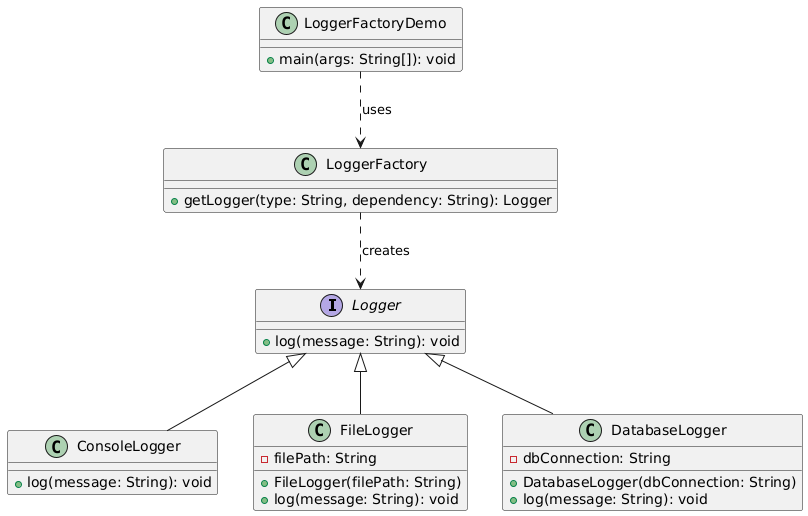
Before: creationalPattern/simpleFactory/factoryWithDependencyInjection/uml/uml.png, a diagram exported from PlantUML (tanishasri22/LLD). Its source is kept beside it as creationalPattern/simpleFactory/factoryWithDependencyInjection/uml/uml.puml.
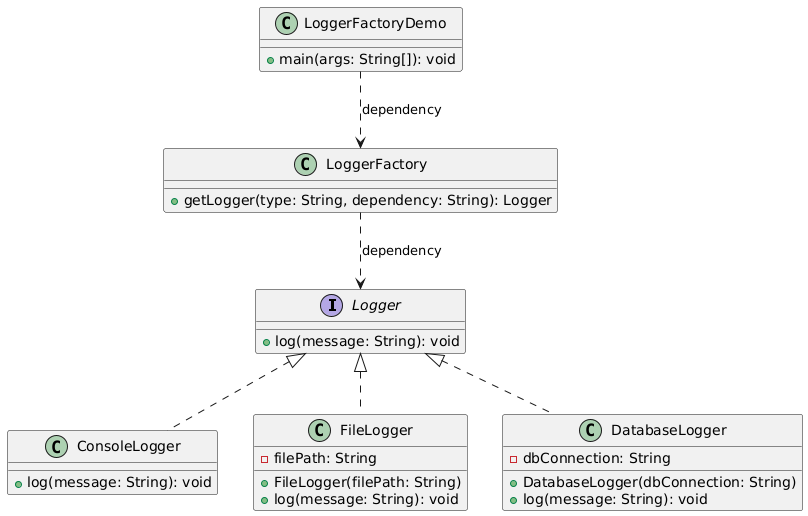
The same file after the commit.

Commit message:
corrections in simpleFactor-factoryWithDependencyInjection

Change to the diagram source:
```diff
@@ -1,5 +1,4 @@
 @startuml
-
 interface Logger {
     + log(message: String): void
 }
@@ -24,15 +23,15 @@
     + getLogger(type: String, dependency: String): Logger
 }
 
-Logger <|-- ConsoleLogger
-Logger <|-- FileLogger
-Logger <|-- DatabaseLogger
-LoggerFactory ..> Logger : "creates"
-
 class LoggerFactoryDemo {
     + main(args: String[]): void
 }
 
-LoggerFactoryDemo ..> LoggerFactory : "uses"
+Logger <|.. ConsoleLogger
+Logger <|.. FileLogger
+Logger <|.. DatabaseLogger
 
+LoggerFactory ..> Logger : "dependency"
+
+LoggerFactoryDemo ..> LoggerFactory : "dependency"
 @enduml
```
